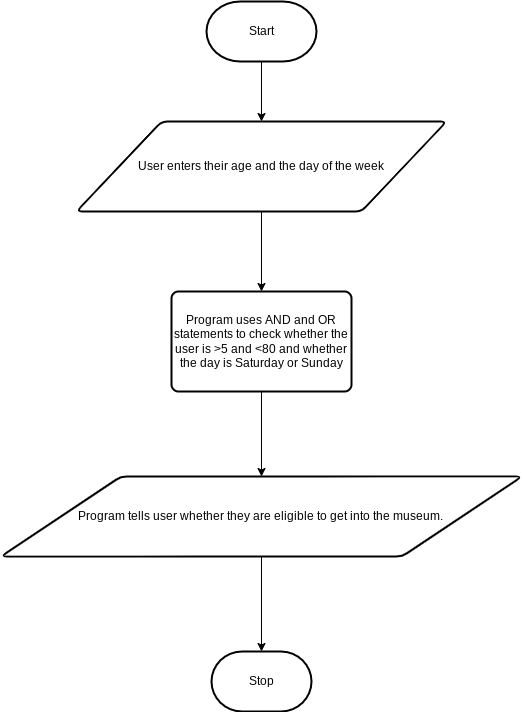
Before: design/flowchart.png, a diagram exported from draw.io (joannesanthosh/ICS20-Unit5-04-HTML). Source tidied: cells renumbered, new cells last; positions are measured from the earlier drawing's top-left corner, leaving out a move shared by most shapes. Its diagram source:
```xml
<mxGraphModel>
  <root>
    <mxCell id="0" />
    <mxCell id="1" parent="0" />
    <mxCell id="2" style="edgeStyle=none;html=1;" parent="1" edge="1" source="3" target="5">
      <mxGeometry relative="1" as="geometry" />
    </mxCell>
    <mxCell id="3" value="Start" style="strokeWidth=2;html=1;shape=mxgraph.flowchart.terminator;whiteSpace=wrap;" parent="1" vertex="1">
      <mxGeometry x="206" width="110" height="60" as="geometry" />
    </mxCell>
    <mxCell id="4" style="edgeStyle=none;html=1;" parent="1" edge="1" source="5" target="7">
      <mxGeometry relative="1" as="geometry" />
    </mxCell>
    <mxCell id="5" value="User enters their age and the day of the week" style="shape=parallelogram;html=1;strokeWidth=2;perimeter=parallelogramPerimeter;whiteSpace=wrap;rounded=1;arcSize=12;size=0.23;" parent="1" vertex="1">
      <mxGeometry x="76" y="120" width="370" height="90" as="geometry" />
    </mxCell>
    <mxCell id="6" style="edgeStyle=none;html=1;" parent="1" edge="1" source="7" target="9">
      <mxGeometry relative="1" as="geometry" />
    </mxCell>
    <mxCell id="7" value="Program uses AND and OR statements to check whether the user is &amp;gt;5 and &amp;lt;80 and whether the day is Saturday or Sunday" style="rounded=1;whiteSpace=wrap;html=1;absoluteArcSize=1;arcSize=14;strokeWidth=2;" parent="1" vertex="1">
      <mxGeometry x="171" y="290" width="180" height="100" as="geometry" />
    </mxCell>
    <mxCell id="8" style="edgeStyle=none;html=1;exitX=0.5;exitY=1;exitDx=0;exitDy=0;" parent="1" edge="1" source="9" target="10">
      <mxGeometry relative="1" as="geometry" />
    </mxCell>
    <mxCell id="9" value="Program tells user whether they are eligible to get into the museum.&amp;nbsp;" style="shape=parallelogram;html=1;strokeWidth=2;perimeter=parallelogramPerimeter;whiteSpace=wrap;rounded=1;arcSize=12;size=0.23;" parent="1" vertex="1">
      <mxGeometry x="0.5" y="475" width="521" height="80" as="geometry" />
    </mxCell>
    <mxCell id="10" value="Stop" style="strokeWidth=2;html=1;shape=mxgraph.flowchart.terminator;whiteSpace=wrap;" parent="1" vertex="1">
      <mxGeometry x="211" y="650" width="100" height="60" as="geometry" />
    </mxCell>
  </root>
</mxGraphModel>
```
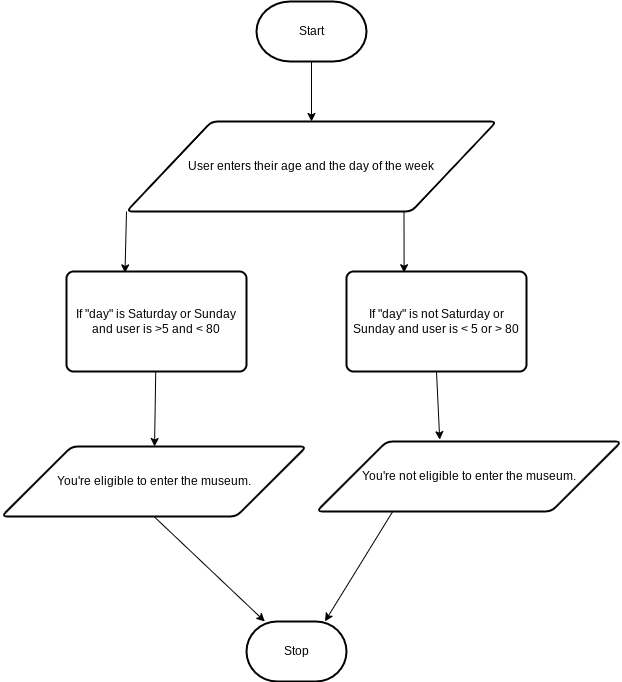
After the commit.

Diff of the diagram source:
```diff
@@ -8,26 +8,41 @@
     <mxCell id="3" value="Start" style="strokeWidth=2;html=1;shape=mxgraph.flowchart.terminator;whiteSpace=wrap;" parent="1" vertex="1">
       <mxGeometry x="206" width="110" height="60" as="geometry" />
     </mxCell>
-    <mxCell id="4" style="edgeStyle=none;html=1;" parent="1" edge="1" source="5" target="7">
+    <mxCell id="4" style="edgeStyle=none;html=1;exitX=0;exitY=1;exitDx=0;exitDy=0;entryX=0.325;entryY=0.014;entryDx=0;entryDy=0;entryPerimeter=0;" parent="1" edge="1" source="5" target="7">
       <mxGeometry relative="1" as="geometry" />
     </mxCell>
+    <mxCell id="11" style="edgeStyle=none;html=1;exitX=0.75;exitY=1;exitDx=0;exitDy=0;entryX=0.32;entryY=0.012;entryDx=0;entryDy=0;entryPerimeter=0;" parent="1" edge="1" source="5" target="6">
+      <mxGeometry relative="1" as="geometry" />
+    </mxCell>
     <mxCell id="5" value="User enters their age and the day of the week" style="shape=parallelogram;html=1;strokeWidth=2;perimeter=parallelogramPerimeter;whiteSpace=wrap;rounded=1;arcSize=12;size=0.23;" parent="1" vertex="1">
       <mxGeometry x="76" y="120" width="370" height="90" as="geometry" />
     </mxCell>
+    <mxCell id="12" style="edgeStyle=none;html=1;" parent="1" edge="1" source="7" target="17">
+      <mxGeometry relative="1" as="geometry" />
+    </mxCell>
+    <mxCell id="7" value="If &quot;day&quot; is Saturday or Sunday and user is &amp;gt;5 and &amp;lt; 80" style="rounded=1;whiteSpace=wrap;html=1;absoluteArcSize=1;arcSize=14;strokeWidth=2;" parent="1" vertex="1">
+      <mxGeometry x="16" y="270" width="180" height="100" as="geometry" />
+    </mxCell>
+    <mxCell id="13" style="edgeStyle=none;html=1;exitX=0.5;exitY=1;exitDx=0;exitDy=0;entryX=0.404;entryY=-0.026;entryDx=0;entryDy=0;entryPerimeter=0;" parent="1" edge="1" source="6" target="15">
+      <mxGeometry relative="1" as="geometry" />
+    </mxCell>
-    <mxCell id="6" style="edgeStyle=none;html=1;" parent="1" edge="1" source="7" target="9">
-      <mxGeometry relative="1" as="geometry" />
+    <mxCell id="6" value="If &quot;day&quot; is not Saturday or Sunday and user is &amp;lt; 5 or &amp;gt; 80" style="rounded=1;whiteSpace=wrap;html=1;absoluteArcSize=1;arcSize=14;strokeWidth=2;" parent="1" vertex="1">
+      <mxGeometry x="296" y="270" width="180" height="100" as="geometry" />
     </mxCell>
-    <mxCell id="7" value="Program uses AND and OR statements to check whether the user is &amp;gt;5 and &amp;lt;80 and whether the day is Saturday or Sunday" style="rounded=1;whiteSpace=wrap;html=1;absoluteArcSize=1;arcSize=14;strokeWidth=2;" parent="1" vertex="1">
-      <mxGeometry x="171" y="290" width="180" height="100" as="geometry" />
-    </mxCell>
-    <mxCell id="8" style="edgeStyle=none;html=1;exitX=0.5;exitY=1;exitDx=0;exitDy=0;" parent="1" edge="1" source="9" target="10">
-      <mxGeometry relative="1" as="geometry" />
-    </mxCell>
-    <mxCell id="9" value="Program tells user whether they are eligible to get into the museum.&amp;nbsp;" style="shape=parallelogram;html=1;strokeWidth=2;perimeter=parallelogramPerimeter;whiteSpace=wrap;rounded=1;arcSize=12;size=0.23;" parent="1" vertex="1">
-      <mxGeometry x="0.5" y="475" width="521" height="80" as="geometry" />
-    </mxCell>
+    <mxCell id="14" style="edgeStyle=none;html=1;exitX=0.25;exitY=1;exitDx=0;exitDy=0;entryX=0.785;entryY=-0.002;entryDx=0;entryDy=0;entryPerimeter=0;" parent="1" edge="1" source="15" target="10">
+      <mxGeometry relative="1" as="geometry" />
+    </mxCell>
+    <mxCell id="15" value="You're not eligible to enter the museum." style="shape=parallelogram;html=1;strokeWidth=2;perimeter=parallelogramPerimeter;whiteSpace=wrap;rounded=1;arcSize=12;size=0.23;" parent="1" vertex="1">
+      <mxGeometry x="266" y="440" width="305" height="70" as="geometry" />
+    </mxCell>
+    <mxCell id="16" style="edgeStyle=none;html=1;exitX=0.5;exitY=1;exitDx=0;exitDy=0;" parent="1" edge="1" source="17" target="10">
+      <mxGeometry relative="1" as="geometry" />
+    </mxCell>
+    <mxCell id="17" value="You're eligible to enter the museum." style="shape=parallelogram;html=1;strokeWidth=2;perimeter=parallelogramPerimeter;whiteSpace=wrap;rounded=1;arcSize=12;size=0.23;" parent="1" vertex="1">
+      <mxGeometry x="-49" y="445" width="305" height="70" as="geometry" />
+    </mxCell>
     <mxCell id="10" value="Stop" style="strokeWidth=2;html=1;shape=mxgraph.flowchart.terminator;whiteSpace=wrap;" parent="1" vertex="1">
-      <mxGeometry x="211" y="650" width="100" height="60" as="geometry" />
+      <mxGeometry x="196" y="620" width="100" height="60" as="geometry" />
     </mxCell>
   </root>
 </mxGraphModel>
```
